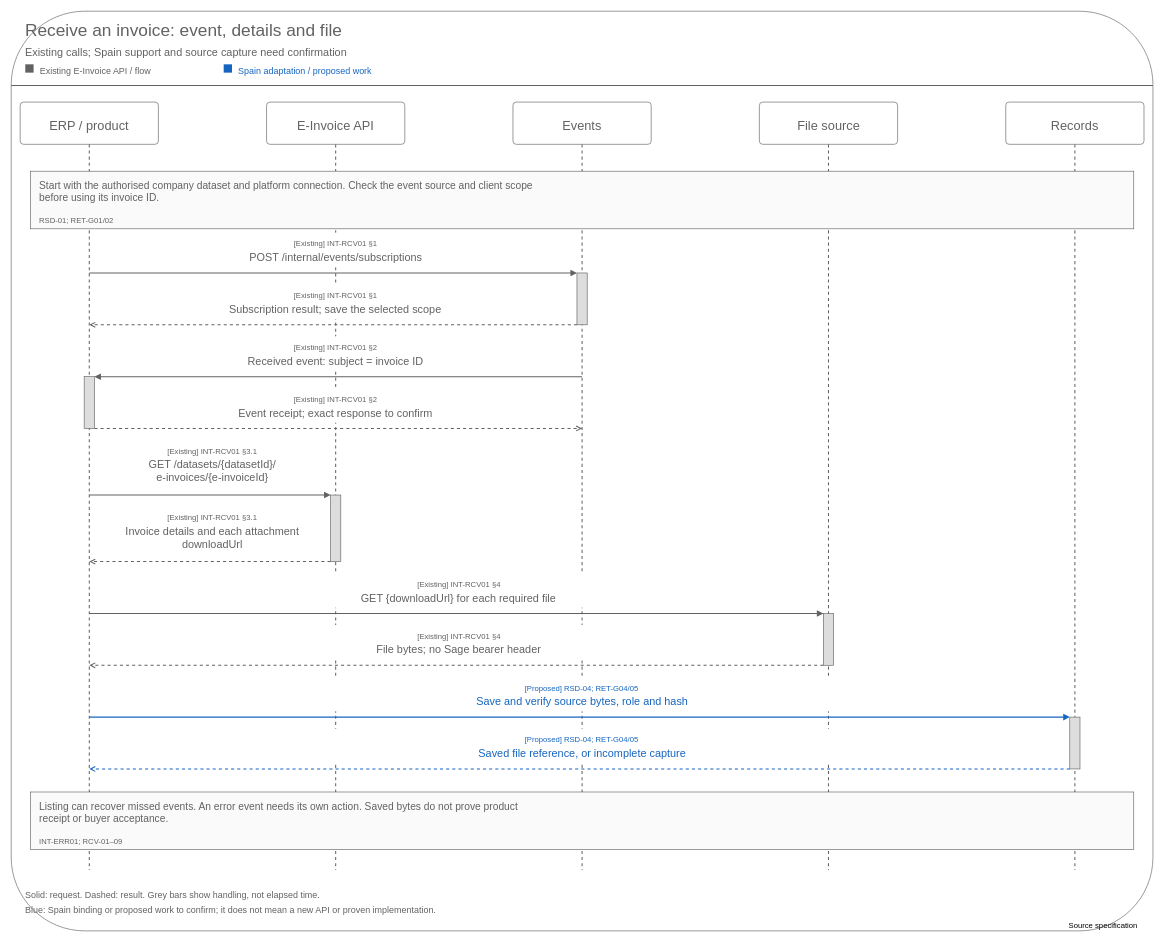
Earlier version of the draw.io diagram assets/diagrams/invoice-retrieval-fr-notification-sequence.drawio (jiaxinhe0709/pm_second_brain). Source tidied: cells renumbered, new cells numbered last; positions are measured from the earlier drawing's top-left corner, leaving out a move shared by most shapes. Both pictures are drawn from the tidied source at 64%, with x=0, y=0 at pixel (11, 11).
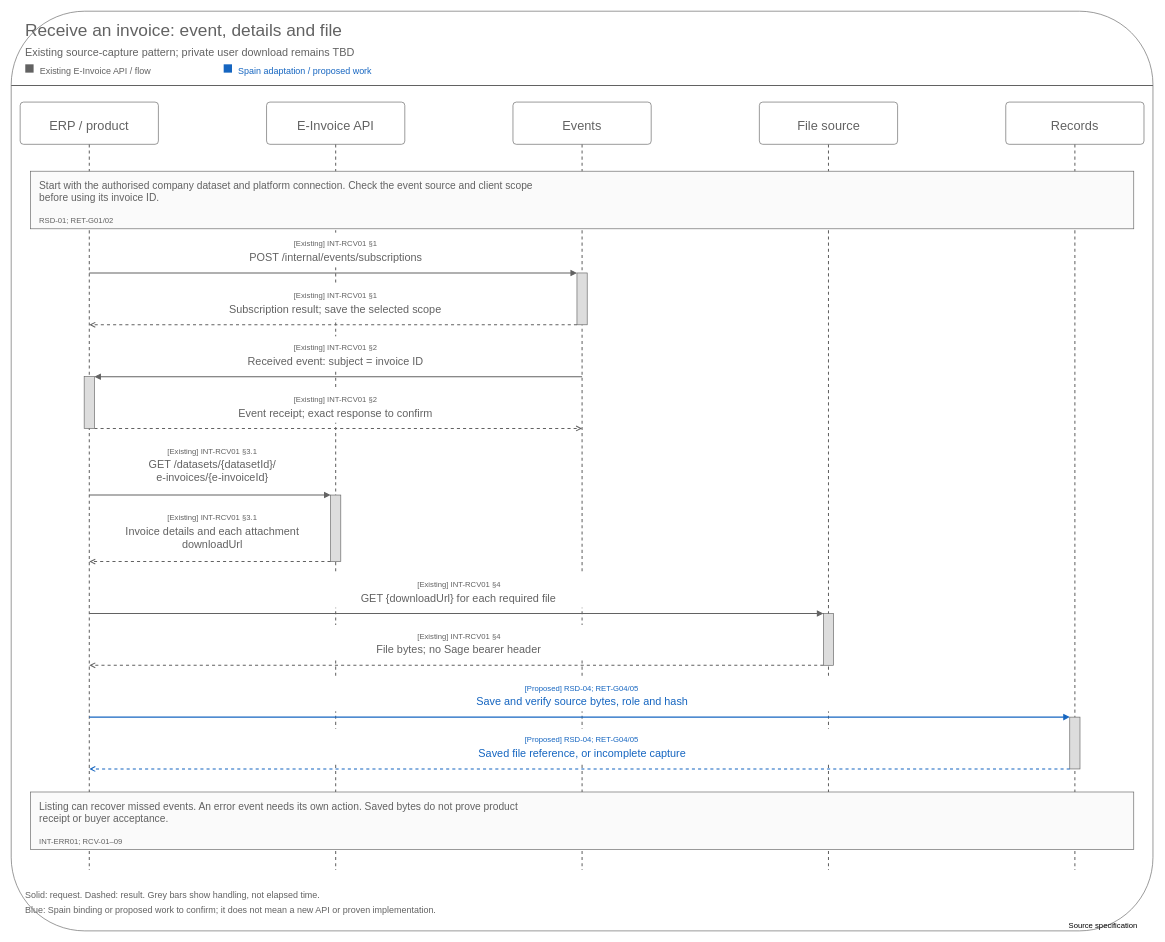
After the change.

The edit, as a diff of the source:
```diff
@@
-    <mxCell id="4" value="Existing calls; Spain support and source capture need confirmation" style="text;html=0;whiteSpace=wrap;spacing=0;verticalAlign=top;align=left;fontSize=17;fontColor=#626262;" parent="1" vertex="1">
+    <mxCell id="4" value="Existing source-capture pattern; private user download remains TBD" style="text;html=0;whiteSpace=wrap;spacing=0;verticalAlign=top;align=left;fontSize=17;fontColor=#626262;" parent="1" vertex="1">
       <mxGeometry x="22" y="51" width="718.9" height="26" as="geometry" />
     </mxCell>
```
